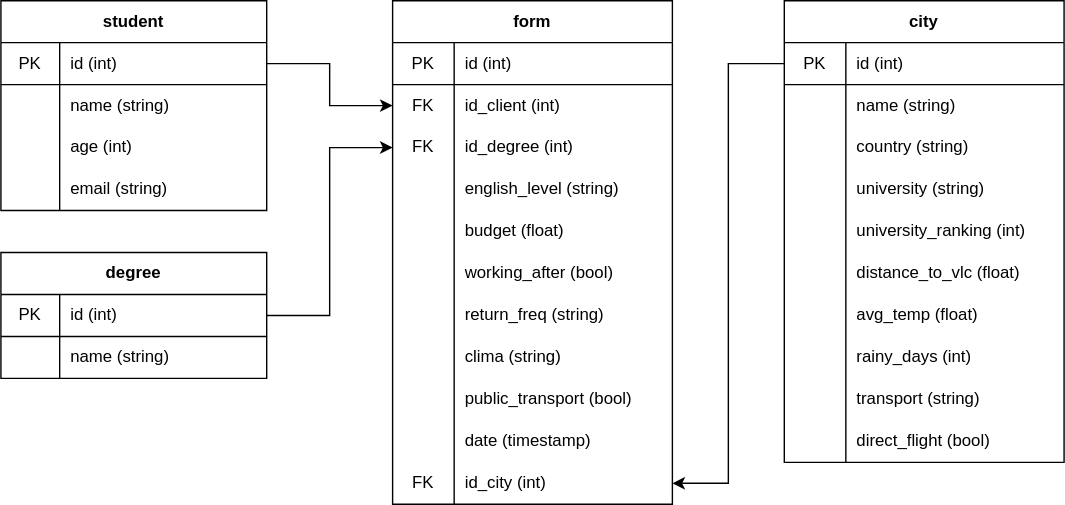
The draw.io diagram WakeTeam_db.svg in viasmo1/edem-mda-DP1-wake, before a commit. Source tidied: cells renumbered, new cells last; positions are measured from the earlier drawing's top-left corner, leaving out a move shared by most shapes.
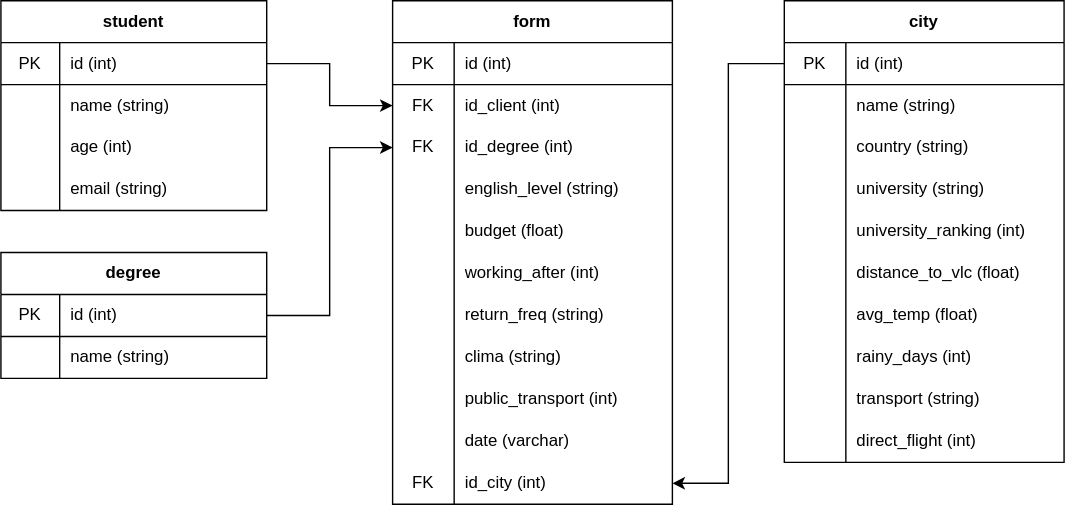
The same diagram one commit later.

Change to the diagram source:
```diff
@@ -131,7 +131,7 @@
     <mxCell id="44" style="shape=partialRectangle;html=1;whiteSpace=wrap;fillColor=none;top=0;left=0;bottom=0;right=0;overflow=hidden;" parent="43" vertex="1">
       <mxGeometry width="44" height="30" as="geometry" />
     </mxCell>
-    <mxCell id="45" value="direct_flight (bool)" style="shape=partialRectangle;html=1;whiteSpace=wrap;fillColor=none;top=0;left=0;bottom=0;right=0;align=left;spacingLeft=6;overflow=hidden;" parent="43" vertex="1">
+    <mxCell id="45" value="direct_flight (int)" style="shape=partialRectangle;html=1;whiteSpace=wrap;fillColor=none;top=0;left=0;bottom=0;right=0;align=left;spacingLeft=6;overflow=hidden;" parent="43" vertex="1">
       <mxGeometry x="44" width="156" height="30" as="geometry" />
     </mxCell>
     <mxCell id="46" value="form" style="shape=table;html=1;whiteSpace=wrap;startSize=30;rowLines=0;fontStyle=1;align=center;" parent="1" vertex="1">
@@ -188,7 +188,7 @@
     <mxCell id="63" style="shape=partialRectangle;html=1;whiteSpace=wrap;fillColor=none;top=0;left=0;bottom=0;right=0;overflow=hidden;" parent="62" vertex="1">
       <mxGeometry width="44" height="30" as="geometry" />
     </mxCell>
-    <mxCell id="64" value="working_after (bool)" style="shape=partialRectangle;html=1;whiteSpace=wrap;fillColor=none;top=0;left=0;bottom=0;right=0;align=left;spacingLeft=6;overflow=hidden;" parent="62" vertex="1">
+    <mxCell id="64" value="working_after (int)" style="shape=partialRectangle;html=1;whiteSpace=wrap;fillColor=none;top=0;left=0;bottom=0;right=0;align=left;spacingLeft=6;overflow=hidden;" parent="62" vertex="1">
       <mxGeometry x="44" width="156" height="30" as="geometry" />
     </mxCell>
     <mxCell id="65" style="shape=partialRectangle;html=1;whiteSpace=wrap;fillColor=none;top=0;left=0;bottom=0;right=0;" parent="46" vertex="1">
@@ -215,7 +215,7 @@
     <mxCell id="72" style="shape=partialRectangle;html=1;whiteSpace=wrap;fillColor=none;top=0;left=0;bottom=0;right=0;overflow=hidden;" parent="71" vertex="1">
       <mxGeometry width="44" height="30" as="geometry" />
     </mxCell>
-    <mxCell id="73" value="public_transport (bool)" style="shape=partialRectangle;html=1;whiteSpace=wrap;fillColor=none;top=0;left=0;bottom=0;right=0;align=left;spacingLeft=6;overflow=hidden;" parent="71" vertex="1">
+    <mxCell id="73" value="public_transport (int)" style="shape=partialRectangle;html=1;whiteSpace=wrap;fillColor=none;top=0;left=0;bottom=0;right=0;align=left;spacingLeft=6;overflow=hidden;" parent="71" vertex="1">
       <mxGeometry x="44" width="156" height="30" as="geometry" />
     </mxCell>
     <mxCell id="74" style="shape=partialRectangle;html=1;whiteSpace=wrap;fillColor=none;top=0;left=0;bottom=0;right=0;" parent="46" vertex="1">
@@ -224,7 +224,7 @@
     <mxCell id="75" style="shape=partialRectangle;html=1;whiteSpace=wrap;fillColor=none;top=0;left=0;bottom=0;right=0;overflow=hidden;" parent="74" vertex="1">
       <mxGeometry width="44" height="30" as="geometry" />
     </mxCell>
-    <mxCell id="76" value="date (timestamp)" style="shape=partialRectangle;html=1;whiteSpace=wrap;fillColor=none;top=0;left=0;bottom=0;right=0;align=left;spacingLeft=6;overflow=hidden;" parent="74" vertex="1">
+    <mxCell id="76" value="date (varchar)" style="shape=partialRectangle;html=1;whiteSpace=wrap;fillColor=none;top=0;left=0;bottom=0;right=0;align=left;spacingLeft=6;overflow=hidden;" parent="74" vertex="1">
       <mxGeometry x="44" width="156" height="30" as="geometry" />
     </mxCell>
     <mxCell id="77" style="shape=partialRectangle;html=1;whiteSpace=wrap;fillColor=none;top=0;left=0;bottom=0;right=0;points=[[0,0.5],[1,0.5]];portConstraint=eastwest;" parent="46" vertex="1">
```
